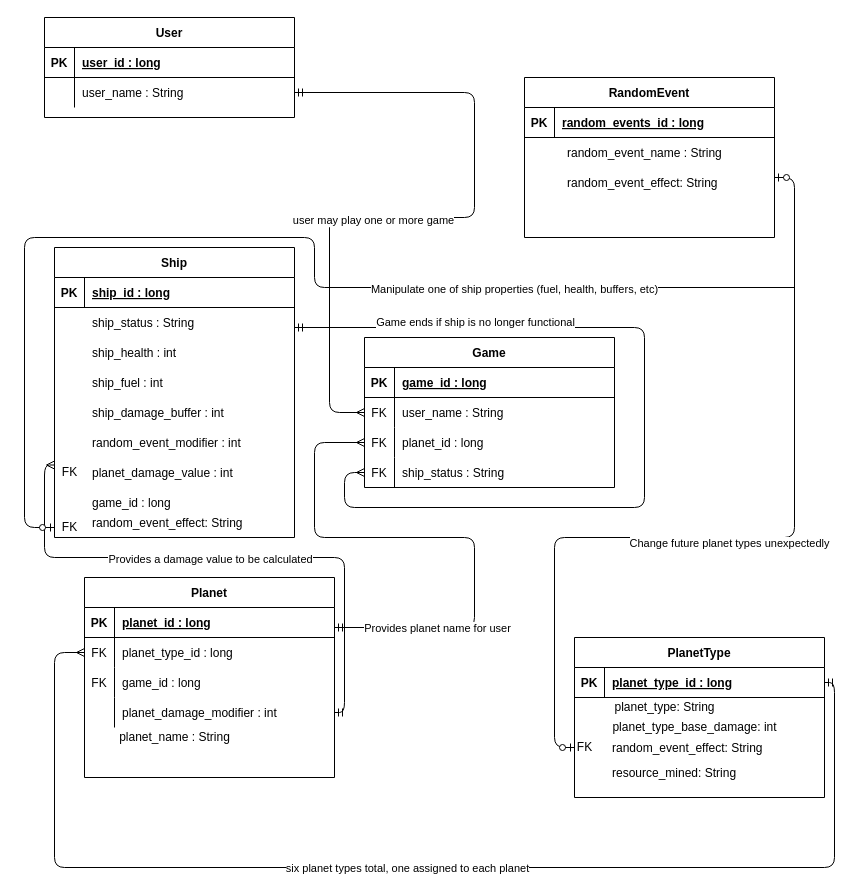
The draw.io diagram docs/work/erd.drawio in tnordquist/intergalactic-unknown, before the edit. Source tidied: cells renumbered, new cells numbered last; positions are measured from the earlier drawing's top-left corner, leaving out a move shared by most shapes. Both pictures are drawn from the tidied source at 100%, with x=0, y=0 at pixel (24, 17).
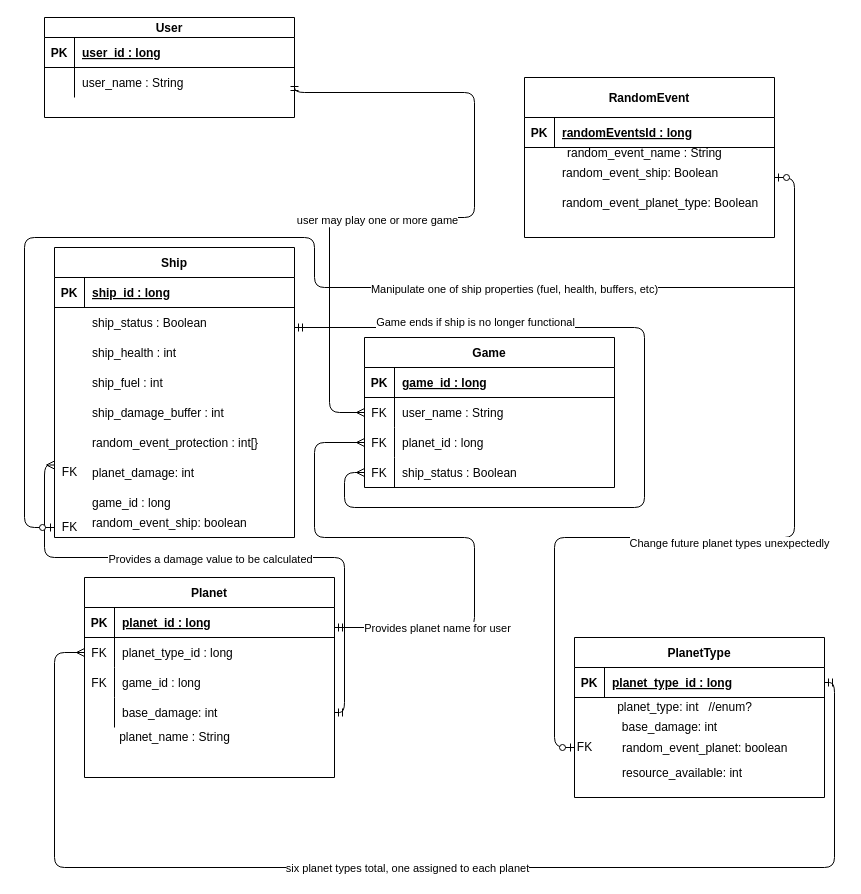
The same page after the edit.

The change refers to these unchanged cells:
```xml
<mxCell id="38" style="shape=partialRectangle;fillColor=none;points=[[0,0.5],[1,0.5]];portConstraint=eastwest;top=0;left=0;right=0;bottom=0;" parent="28" vertex="1">
  <mxGeometry y="120" width="250" height="30" as="geometry" />
</mxCell>
```

What changed in the source:
```diff
@@
-    <mxCell id="21" value="User" style="shape=table;startSize=30;childLayout=tableLayout;rowLines=0;fontStyle=1;align=center;" parent="1" vertex="1">
+    <mxCell id="21" value="User" style="shape=table;startSize=20;childLayout=tableLayout;rowLines=0;fontStyle=1;align=center;" parent="1" vertex="1">
       <mxGeometry x="20" width="250" height="100" as="geometry" />
     </mxCell>
     <mxCell id="22" style="shape=partialRectangle;fillColor=none;top=0;left=0;right=0;bottom=1;" parent="21" vertex="1">
-      <mxGeometry y="30" width="250" height="30" as="geometry" />
+      <mxGeometry y="20" width="250" height="30" as="geometry" />
     </mxCell>
@@
     <mxCell id="25" style="shape=partialRectangle;fillColor=none;points=[[0,0.5],[1,0.5]];portConstraint=eastwest;top=0;left=0;right=0;bottom=0;" parent="21" vertex="1">
-      <mxGeometry y="60" width="250" height="30" as="geometry" />
+      <mxGeometry y="50" width="250" height="30" as="geometry" />
     </mxCell>
@@
-    <mxCell id="40" value="planet_damage_modifier : int" style="shape=partialRectangle;overflow=hidden;fillColor=none;top=0;left=0;bottom=0;right=0;align=left;spacingLeft=6;" parent="38" vertex="1">
+    <mxCell id="40" value="base_damage: int" style="shape=partialRectangle;overflow=hidden;fillColor=none;top=0;left=0;bottom=0;right=0;align=left;spacingLeft=6;" parent="38" vertex="1">
       <mxGeometry x="30" width="220" height="30" as="geometry" />
     </mxCell>
@@
-    <mxCell id="43" value="RandomEvent" style="shape=table;startSize=30;childLayout=tableLayout;rowLines=0;fontStyle=1;align=center;" parent="1" vertex="1">
+    <mxCell id="43" value="RandomEvent" style="shape=table;startSize=40;childLayout=tableLayout;rowLines=0;fontStyle=1;align=center;" parent="1" vertex="1">
       <mxGeometry x="500" y="60" width="250" height="160" as="geometry" />
     </mxCell>
     <mxCell id="44" style="shape=partialRectangle;fillColor=none;top=0;left=0;right=0;bottom=1;" parent="43" vertex="1">
-      <mxGeometry y="30" width="250" height="30" as="geometry" />
+      <mxGeometry y="40" width="250" height="30" as="geometry" />
     </mxCell>
@@
-    <mxCell id="46" value="random_events_id : long" style="shape=partialRectangle;overflow=hidden;fillColor=none;top=0;left=0;bottom=0;right=0;align=left;spacingLeft=6;fontStyle=5;" parent="44" vertex="1">
+    <mxCell id="46" value="randomEventsId : long" style="shape=partialRectangle;overflow=hidden;fillColor=none;top=0;left=0;bottom=0;right=0;align=left;spacingLeft=6;fontStyle=5;" parent="44" vertex="1">
       <mxGeometry x="30" width="220" height="30" as="geometry" />
     </mxCell>
-    <mxCell id="47" value="planet_type: String" style="text;html=1;align=center;verticalAlign=middle;strokeColor=none;fontColor=#000000;" parent="1" vertex="1">
-      <mxGeometry x="580" y="680" width="120" height="20" as="geometry" />
+    <mxCell id="47" value="planet_type: int&amp;nbsp; &amp;nbsp;//enum?" style="text;html=1;align=center;verticalAlign=middle;strokeColor=none;fontColor=#000000;" parent="1" vertex="1">
+      <mxGeometry x="585" y="680" width="150" height="20" as="geometry" />
     </mxCell>
-    <mxCell id="48" value="planet_type_base_damage: int" style="text;html=1;align=center;verticalAlign=middle;strokeColor=none;fontColor=#000000;" parent="1" vertex="1">
-      <mxGeometry x="580" y="700" width="180" height="20" as="geometry" />
+    <mxCell id="48" value="base_damage: int" style="text;html=1;align=center;verticalAlign=middle;strokeColor=none;fontColor=#000000;" parent="1" vertex="1">
+      <mxGeometry x="590" y="700" width="110" height="20" as="geometry" />
     </mxCell>
@@
-    <mxCell id="50" value="random_event_effect: String" style="shape=partialRectangle;overflow=hidden;fillColor=none;top=0;left=0;bottom=0;right=0;align=left;spacingLeft=6;" parent="1" vertex="1">
-      <mxGeometry x="535" y="150" width="220" height="30" as="geometry" />
+    <mxCell id="50" value="random_event_ship: Boolean" style="shape=partialRectangle;overflow=hidden;fillColor=none;top=0;left=0;bottom=0;right=0;align=left;spacingLeft=6;" parent="1" vertex="1">
+      <mxGeometry x="530" y="140" width="220" height="30" as="geometry" />
     </mxCell>
@@
-    <mxCell id="55" value="ship_status : String" style="shape=partialRectangle;overflow=hidden;fillColor=none;top=0;left=0;bottom=0;right=0;align=left;spacingLeft=6;" parent="1" vertex="1">
+    <mxCell id="55" value="ship_status : Boolean" style="shape=partialRectangle;overflow=hidden;fillColor=none;top=0;left=0;bottom=0;right=0;align=left;spacingLeft=6;" parent="1" vertex="1">
       <mxGeometry x="60" y="290" width="220" height="30" as="geometry" />
     </mxCell>
@@
-    <mxCell id="58" value="random_event_modifier : int" style="shape=partialRectangle;overflow=hidden;fillColor=none;top=0;left=0;bottom=0;right=0;align=left;spacingLeft=6;" parent="1" vertex="1">
+    <mxCell id="58" value="random_event_protection : int[}" style="shape=partialRectangle;overflow=hidden;fillColor=none;top=0;left=0;bottom=0;right=0;align=left;spacingLeft=6;" parent="1" vertex="1">
       <mxGeometry x="60" y="410" width="220" height="30" as="geometry" />
     </mxCell>
@@
-    <mxCell id="62" value="ship_status : String" style="shape=partialRectangle;overflow=hidden;fillColor=none;top=0;left=0;bottom=0;right=0;align=left;spacingLeft=6;" parent="1" vertex="1">
+    <mxCell id="62" value="ship_status : Boolean" style="shape=partialRectangle;overflow=hidden;fillColor=none;top=0;left=0;bottom=0;right=0;align=left;spacingLeft=6;" parent="1" vertex="1">
       <mxGeometry x="370" y="440" width="220" height="30" as="geometry" />
     </mxCell>
@@
-    <mxCell id="65" value="planet_damage_value : int" style="shape=partialRectangle;overflow=hidden;fillColor=none;top=0;left=0;bottom=0;right=0;align=left;spacingLeft=6;" parent="1" vertex="1">
+    <mxCell id="65" value="planet_damage: int" style="shape=partialRectangle;overflow=hidden;fillColor=none;top=0;left=0;bottom=0;right=0;align=left;spacingLeft=6;" parent="1" vertex="1">
       <mxGeometry x="60" y="440" width="220" height="30" as="geometry" />
     </mxCell>
@@
-    <mxCell id="74" value="random_event_effect: String" style="shape=partialRectangle;overflow=hidden;fillColor=none;top=0;left=0;bottom=0;right=0;align=left;spacingLeft=6;" parent="1" vertex="1">
-      <mxGeometry x="580" y="715" width="220" height="30" as="geometry" />
+    <mxCell id="74" value="random_event_planet: boolean" style="shape=partialRectangle;overflow=hidden;fillColor=none;top=0;left=0;bottom=0;right=0;align=left;spacingLeft=6;" parent="1" vertex="1">
+      <mxGeometry x="590" y="715" width="220" height="30" as="geometry" />
     </mxCell>
@@
-    <mxCell id="78" value="random_event_effect: String" style="shape=partialRectangle;overflow=hidden;fillColor=none;top=0;left=0;bottom=0;right=0;align=left;spacingLeft=6;" parent="1" vertex="1">
+    <mxCell id="78" value="random_event_ship: boolean" style="shape=partialRectangle;overflow=hidden;fillColor=none;top=0;left=0;bottom=0;right=0;align=left;spacingLeft=6;" parent="1" vertex="1">
       <mxGeometry x="60" y="490" width="220" height="30" as="geometry" />
     </mxCell>
@@
-    <mxCell id="80" value="resource_mined: String" style="shape=partialRectangle;overflow=hidden;fillColor=none;top=0;left=0;bottom=0;right=0;align=left;spacingLeft=6;" parent="1" vertex="1">
-      <mxGeometry x="580" y="740" width="220" height="30" as="geometry" />
+    <mxCell id="80" value="resource_available: int" style="shape=partialRectangle;overflow=hidden;fillColor=none;top=0;left=0;bottom=0;right=0;align=left;spacingLeft=6;" parent="1" vertex="1">
+      <mxGeometry x="590" y="740" width="220" height="30" as="geometry" />
     </mxCell>
+    <mxCell id="81" value="random_event_planet_type: Boolean" style="shape=partialRectangle;overflow=hidden;fillColor=none;top=0;left=0;bottom=0;right=0;align=left;spacingLeft=6;" parent="1" vertex="1">
+      <mxGeometry x="530" y="170" width="220" height="30" as="geometry" />
+    </mxCell>
```
